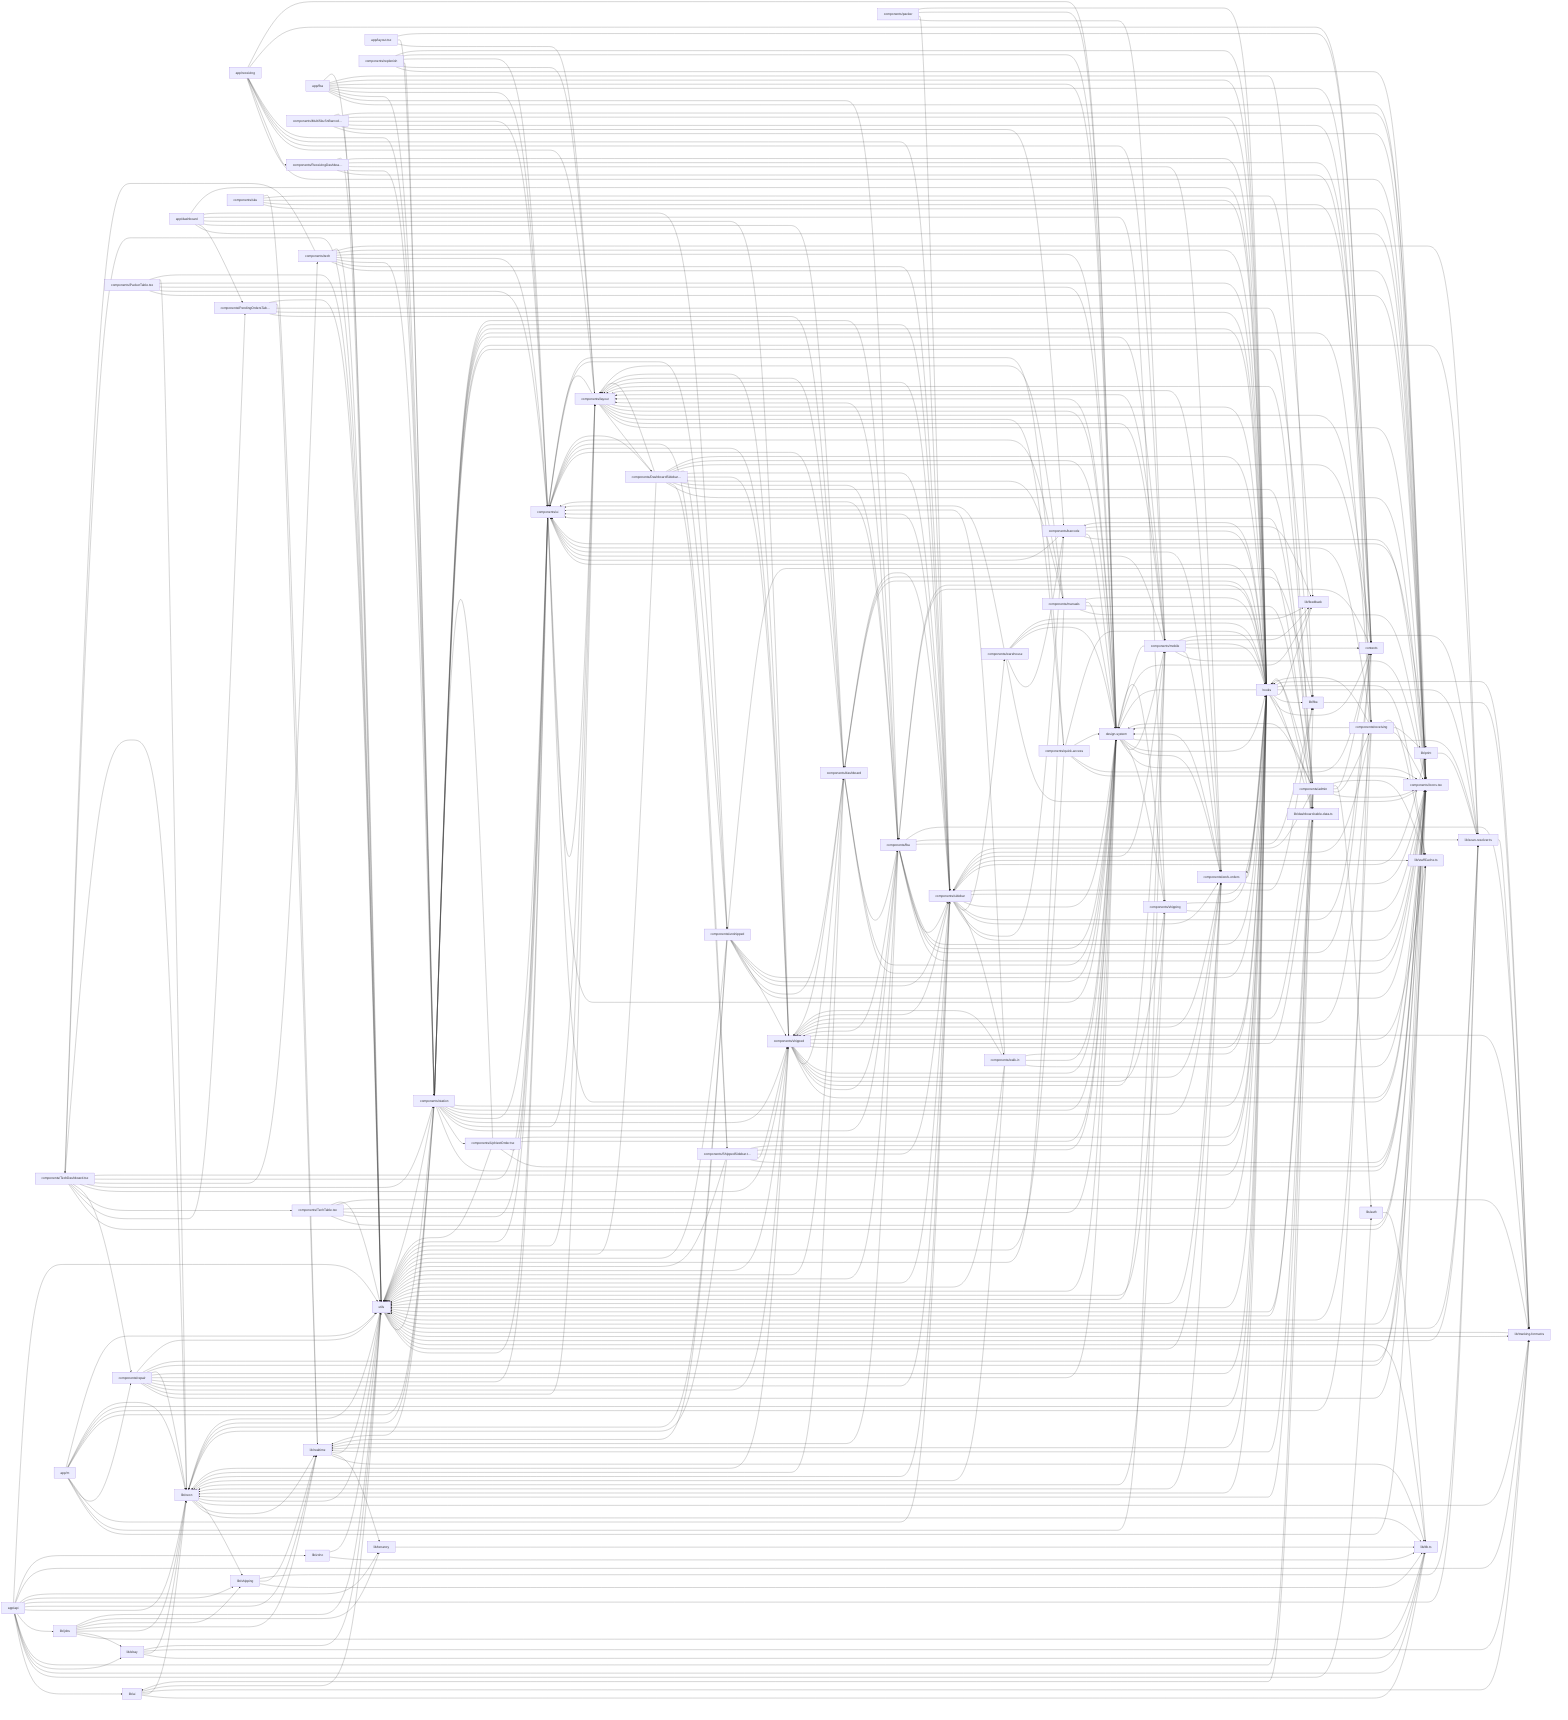
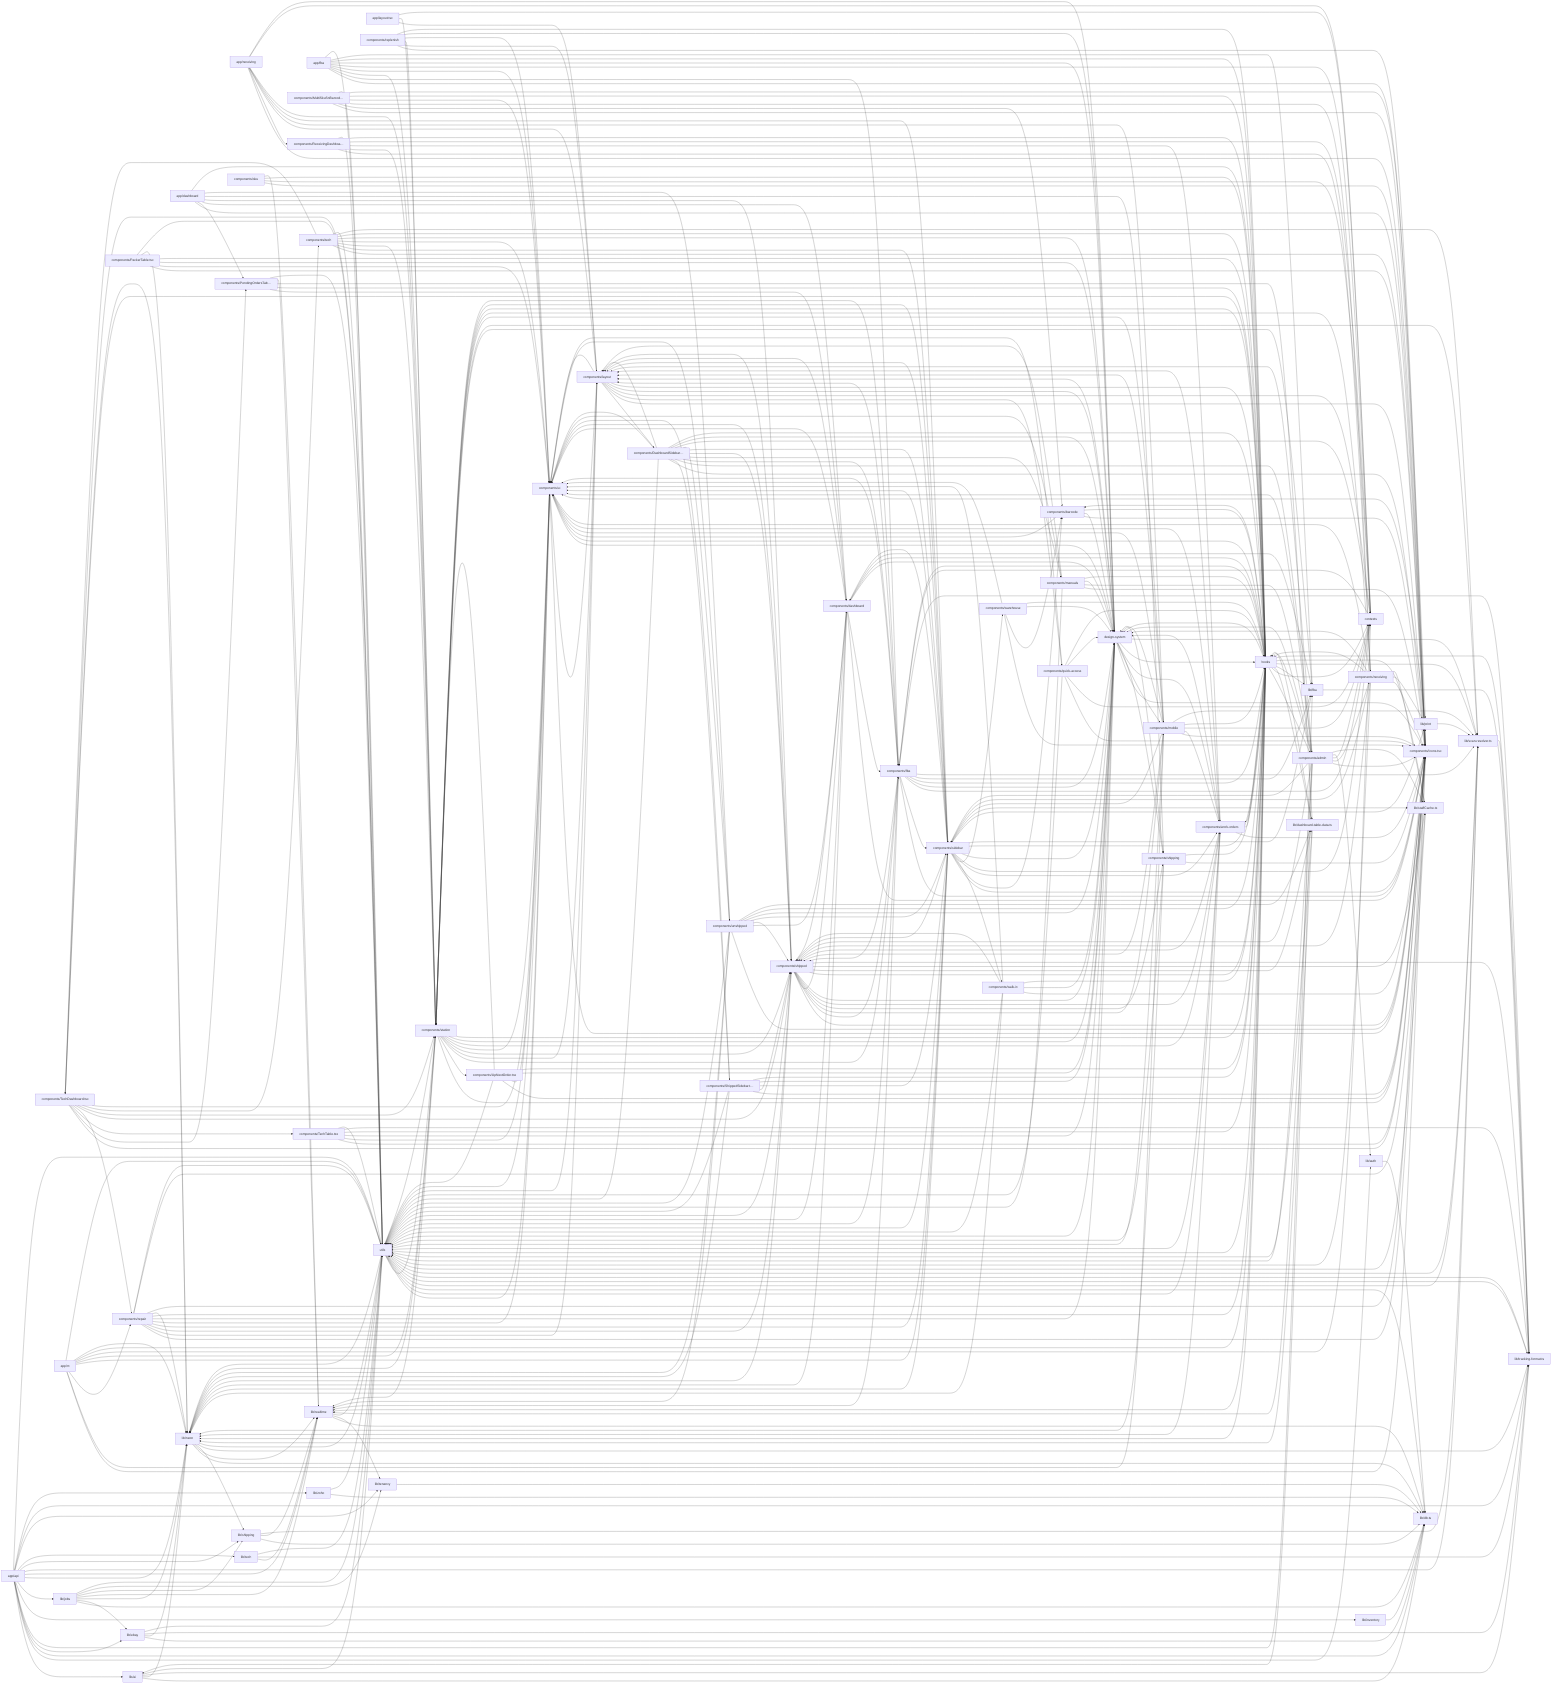
flowchart LR
  app_api["app/api"]
  click app_api "src/app/api/scan-tracking/route.ts" "Open src/app/api/scan-tracking/route.ts"
  hooks["hooks"]
  click hooks "src/hooks/useShippedTableData.ts" "Open src/hooks/useShippedTableData.ts"
  utils["utils"]
  click utils "src/utils/receiving-search-history.ts" "Open src/utils/receiving-search-history.ts"
  components_Icons_tsx["components/Icons.tsx"]
  click components_Icons_tsx "src/components/Icons.tsx" "Open src/components/Icons.tsx"
  design_system["design-system"]
  click design_system "src/design-system/index.ts" "Open src/design-system/index.ts"
  components_sidebar["components/sidebar"]
  click components_sidebar "src/components/sidebar/DeviceModeToggle.tsx" "Open src/components/sidebar/DeviceModeToggle.tsx"
  components_ui["components/ui"]
  click components_ui "src/components/ui/DeleteButton.tsx" "Open src/components/ui/DeleteButton.tsx"
  components_layout["components/layout"]
  click components_layout "src/components/layout/OfflineBanner.tsx" "Open src/components/layout/OfflineBanner.tsx"
  lib_db_ts["lib/db.ts"]
  click lib_db_ts "src/lib/db.ts" "Open src/lib/db.ts"
  components_shipped["components/shipped"]
  click components_shipped "src/components/shipped/DateGroupHeader.tsx" "Open src/components/shipped/DateGroupHeader.tsx"
  lib_neon["lib/neon"]
  click lib_neon "src/lib/neon/serial-units-queries.ts" "Open src/lib/neon/serial-units-queries.ts"
  components_station["components/station"]
  click components_station "src/components/station/BarcodeScanner.tsx" "Open src/components/station/BarcodeScanner.tsx"
  contexts["contexts"]
  click contexts "src/contexts/HeaderContext.tsx" "Open src/contexts/HeaderContext.tsx"
  components_admin["components/admin"]
  click components_admin "src/components/admin/AccessSidebarPanel.tsx" "Open src/components/admin/AccessSidebarPanel.tsx"
  components_fba["components/fba"]
  click components_fba "src/components/fba/FbaShippedTable.tsx" "Open src/components/fba/FbaShippedTable.tsx"
  components_work_orders["components/work-orders"]
  click components_work_orders "src/components/work-orders/WorkOrderInfoStrip.tsx" "Open src/components/work-orders/WorkOrderInfoStrip.tsx"
  components_mobile["components/mobile"]
  click components_mobile "src/components/mobile/ScanSurface.tsx" "Open src/components/mobile/ScanSurface.tsx"
  lib_realtime["lib/realtime"]
  click lib_realtime "src/lib/realtime/db-events.ts" "Open src/lib/realtime/db-events.ts"
  components_receiving["components/receiving"]
  click components_receiving "src/components/receiving/Mode2Unboxing.tsx" "Open src/components/receiving/Mode2Unboxing.tsx"
  components_DashboardSidebar_tsx["components/DashboardSidebar…"]
  click components_DashboardSidebar_tsx "src/components/DashboardSidebar.tsx" "Open src/components/DashboardSidebar.tsx"
  components_repair["components/repair"]
  click components_repair "src/components/repair/SignaturePad.tsx" "Open src/components/repair/SignaturePad.tsx"
  components_dashboard["components/dashboard"]
  click components_dashboard "src/components/dashboard/StockZohoOrdersTable.tsx" "Open src/components/dashboard/StockZohoOrdersTable.tsx"
  lib_scan_resolver_ts["lib/scan-resolver.ts"]
  click lib_scan_resolver_ts "src/lib/scan-resolver.ts" "Open src/lib/scan-resolver.ts"
  lib_tracking_format_ts["lib/tracking-format.ts"]
  click lib_tracking_format_ts "src/lib/tracking-format.ts" "Open src/lib/tracking-format.ts"
  components_TechDashboard_tsx["components/TechDashboard.tsx"]
  click components_TechDashboard_tsx "src/components/TechDashboard.tsx" "Open src/components/TechDashboard.tsx"
  components_unshipped["components/unshipped"]
  click components_unshipped "src/components/unshipped/UnshippedTable.tsx" "Open src/components/unshipped/UnshippedTable.tsx"
  lib_auth["lib/auth"]
  click lib_auth "src/lib/auth/permission-registry.ts" "Open src/lib/auth/permission-registry.ts"
  lib_jobs["lib/jobs"]
  click lib_jobs "src/lib/jobs/ebay-sync.ts" "Open src/lib/jobs/ebay-sync.ts"
  components_tech["components/tech"]
  click components_tech "src/components/tech/UpNextActionDock.tsx" "Open src/components/tech/UpNextActionDock.tsx"
  components_walk_in["components/walk-in"]
  click components_walk_in "src/components/walk-in/SalesDetailsPanel.tsx" "Open src/components/walk-in/SalesDetailsPanel.tsx"
  components_manuals["components/manuals"]
  click components_manuals "src/components/manuals/ManualsLibrarySidebar.tsx" "Open src/components/manuals/ManualsLibrarySidebar.tsx"
  lib_print["lib/print"]
  click lib_print "src/lib/print/printRepairLabel.ts" "Open src/lib/print/printRepairLabel.ts"
  app_fba["app/fba"]
  click app_fba "src/app/fba/page.tsx" "Open src/app/fba/page.tsx"
  app_m["app/m"]
  click app_m "src/app/m/enroll/[token]/page.tsx" "Open src/app/m/enroll/[token]/page.tsx"
  components_ShippedSidebar_tsx["components/ShippedSidebar.t…"]
  click components_ShippedSidebar_tsx "src/components/ShippedSidebar.tsx" "Open src/components/ShippedSidebar.tsx"
  components_quick_access["components/quick-access"]
  click components_quick_access "src/components/quick-access/RecentSection.tsx" "Open src/components/quick-access/RecentSection.tsx"
  components_warehouse["components/warehouse"]
  click components_warehouse "src/components/warehouse/FillBar.tsx" "Open src/components/warehouse/FillBar.tsx"
  components_barcode["components/barcode"]
  click components_barcode "src/components/barcode/SkuInput.tsx" "Open src/components/barcode/SkuInput.tsx"
  lib_tenancy["lib/tenancy"]
  click lib_tenancy "src/lib/tenancy/db.test.ts" "Open src/lib/tenancy/db.test.ts"
  lib_ai["lib/ai"]
  click lib_ai "src/lib/ai/date-range.test.ts" "Open src/lib/ai/date-range.test.ts"
  lib_fba["lib/fba"]
  click lib_fba "src/lib/fba/board-item.ts" "Open src/lib/fba/board-item.ts"
  app_receiving["app/receiving"]
  click app_receiving "src/app/receiving/page.tsx" "Open src/app/receiving/page.tsx"
  components_PendingOrdersTable_tsx["components/PendingOrdersTab…"]
  click components_PendingOrdersTable_tsx "src/components/PendingOrdersTable.tsx" "Open src/components/PendingOrdersTable.tsx"
  components_shipping["components/shipping"]
  click components_shipping "src/components/shipping/StaffButtonGrid.tsx" "Open src/components/shipping/StaffButtonGrid.tsx"
  lib_dashboard_table_data_ts["lib/dashboard-table-data.ts"]
  click lib_dashboard_table_data_ts "src/lib/dashboard-table-data.ts" "Open src/lib/dashboard-table-data.ts"
  lib_shipping["lib/shipping"]
  click lib_shipping "src/lib/shipping/repository.ts" "Open src/lib/shipping/repository.ts"
  app_layout_tsx["app/layout.tsx"]
  click app_layout_tsx "src/app/layout.tsx" "Open src/app/layout.tsx"
  app_dashboard["app/dashboard"]
  click app_dashboard "src/app/dashboard/page.tsx" "Open src/app/dashboard/page.tsx"
  components_MultiSkuSnBarcode_tsx["components/MultiSkuSnBarcod…"]
  click components_MultiSkuSnBarcode_tsx "src/components/MultiSkuSnBarcode.tsx" "Open src/components/MultiSkuSnBarcode.tsx"
  components_UpNextOrder_tsx["components/UpNextOrder.tsx"]
  click components_UpNextOrder_tsx "src/components/UpNextOrder.tsx" "Open src/components/UpNextOrder.tsx"
  components_TechTable_tsx["components/TechTable.tsx"]
  click components_TechTable_tsx "src/components/TechTable.tsx" "Open src/components/TechTable.tsx"
  components_PackerTable_tsx["components/PackerTable.tsx"]
  click components_PackerTable_tsx "src/components/PackerTable.tsx" "Open src/components/PackerTable.tsx"
  components_ReceivingDashboard_tsx["components/ReceivingDashboa…"]
  click components_ReceivingDashboard_tsx "src/components/ReceivingDashboard.tsx" "Open src/components/ReceivingDashboard.tsx"
  components_replenish["components/replenish"]
  click components_replenish "src/components/replenish/ReplenishmentReceivingTab.tsx" "Open src/components/replenish/ReplenishmentReceivingTab.tsx"
  components_sku["components/sku"]
  click components_sku "src/components/sku/BinRowDetailsSheet.tsx" "Open src/components/sku/BinRowDetailsSheet.tsx"
-   components_packer["components/packer"]
-   click components_packer "src/components/packer/PackerPageContent.tsx" "Open src/components/packer/PackerPageContent.tsx"
  lib_staffCache_ts["lib/staffCache.ts"]
  click lib_staffCache_ts "src/lib/staffCache.ts" "Open src/lib/staffCache.ts"
  lib_zoho["lib/zoho"]
  click lib_zoho "src/lib/zoho/mock.ts" "Open src/lib/zoho/mock.ts"
  lib_ebay["lib/ebay"]
  click lib_ebay "src/lib/ebay/token-refresh.ts" "Open src/lib/ebay/token-refresh.ts"
-   lib_feedback["lib/feedback"]
-   click lib_feedback "src/lib/feedback/confirm.ts" "Open src/lib/feedback/confirm.ts"
+   lib_inventory["lib/inventory"]
+   click lib_inventory "src/lib/inventory/internal-gtin.ts" "Open src/lib/inventory/internal-gtin.ts"
+   lib_tech["lib/tech"]
+   click lib_tech "src/lib/tech/resolveStaffIdFromTechParam.ts" "Open src/lib/tech/resolveStaffIdFromTechParam.ts"
  app_api --> lib_ai
  app_api --> lib_auth
  app_api --> lib_db_ts
  app_api --> lib_ebay
  app_api --> lib_fba
+   app_api --> lib_inventory
  app_api --> lib_jobs
  app_api --> lib_neon
  app_api --> lib_realtime
  app_api --> lib_scan_resolver_ts
  app_api --> lib_shipping
+   app_api --> lib_tech
  app_api --> lib_tenancy
  app_api --> lib_tracking_format_ts
  app_api --> lib_zoho
  app_api --> utils
  app_dashboard --> components_Icons_tsx
  app_dashboard --> components_PendingOrdersTable_tsx
  app_dashboard --> components_dashboard
  app_dashboard --> components_shipped
  app_dashboard --> components_shipping
  app_dashboard --> components_unshipped
  app_dashboard --> hooks
  app_fba --> components_Icons_tsx
  app_fba --> components_fba
  app_fba --> components_station
  app_fba --> components_ui
  app_fba --> contexts
  app_fba --> design_system
  app_fba --> hooks
  app_fba --> lib_fba
  app_fba --> utils
  app_layout_tsx --> components_layout
  app_layout_tsx --> components_station
  app_layout_tsx --> contexts
  app_m --> components_Icons_tsx
  app_m --> components_mobile
  app_m --> components_repair
  app_m --> components_sidebar
  app_m --> components_station
  app_m --> contexts
  app_m --> hooks
  app_m --> lib_neon
  app_m --> utils
  app_receiving --> components_Icons_tsx
  app_receiving --> components_ReceivingDashboard_tsx
  app_receiving --> components_layout
  app_receiving --> components_mobile
  app_receiving --> components_sidebar
  app_receiving --> components_station
  app_receiving --> contexts
  app_receiving --> design_system
  components_DashboardSidebar_tsx --> components_Icons_tsx
  components_DashboardSidebar_tsx --> components_ShippedSidebar_tsx
  components_DashboardSidebar_tsx --> components_admin
  components_DashboardSidebar_tsx --> components_fba
  components_DashboardSidebar_tsx --> components_layout
  components_DashboardSidebar_tsx --> components_manuals
  components_DashboardSidebar_tsx --> components_shipped
  components_DashboardSidebar_tsx --> components_sidebar
  components_DashboardSidebar_tsx --> components_ui
  components_DashboardSidebar_tsx --> components_unshipped
  components_DashboardSidebar_tsx --> contexts
  components_DashboardSidebar_tsx --> design_system
  components_DashboardSidebar_tsx --> hooks
  components_DashboardSidebar_tsx --> utils
  components_MultiSkuSnBarcode_tsx --> components_Icons_tsx
  components_MultiSkuSnBarcode_tsx --> components_barcode
  components_MultiSkuSnBarcode_tsx --> components_receiving
  components_MultiSkuSnBarcode_tsx --> components_ui
  components_MultiSkuSnBarcode_tsx --> hooks
  components_MultiSkuSnBarcode_tsx --> lib_print
  components_MultiSkuSnBarcode_tsx --> utils
  components_PackerTable_tsx --> components_Icons_tsx
  components_PackerTable_tsx --> components_ui
  components_PackerTable_tsx --> design_system
  components_PackerTable_tsx --> hooks
  components_PackerTable_tsx --> lib_neon
  components_PackerTable_tsx --> utils
  components_PendingOrdersTable_tsx --> components_dashboard
  components_PendingOrdersTable_tsx --> hooks
  components_PendingOrdersTable_tsx --> lib_dashboard_table_data_ts
  components_PendingOrdersTable_tsx --> lib_realtime
  components_PendingOrdersTable_tsx --> utils
  components_ReceivingDashboard_tsx --> components_receiving
  components_ReceivingDashboard_tsx --> components_station
  components_ReceivingDashboard_tsx --> components_work_orders
  components_ReceivingDashboard_tsx --> contexts
  components_ReceivingDashboard_tsx --> hooks
  components_ReceivingDashboard_tsx --> utils
  components_ShippedSidebar_tsx --> components_Icons_tsx
  components_ShippedSidebar_tsx --> components_shipped
  components_ShippedSidebar_tsx --> components_sidebar
  components_ShippedSidebar_tsx --> components_ui
  components_ShippedSidebar_tsx --> design_system
  components_ShippedSidebar_tsx --> hooks
  components_ShippedSidebar_tsx --> lib_neon
  components_ShippedSidebar_tsx --> utils
  components_TechDashboard_tsx --> components_Icons_tsx
  components_TechDashboard_tsx --> components_PendingOrdersTable_tsx
  components_TechDashboard_tsx --> components_TechTable_tsx
  components_TechDashboard_tsx --> components_repair
  components_TechDashboard_tsx --> components_shipped
  components_TechDashboard_tsx --> components_station
  components_TechDashboard_tsx --> components_tech
  components_TechDashboard_tsx --> components_ui
  components_TechDashboard_tsx --> hooks
  components_TechDashboard_tsx --> lib_neon
  components_TechDashboard_tsx --> utils
  components_TechTable_tsx --> components_Icons_tsx
  components_TechTable_tsx --> components_ui
  components_TechTable_tsx --> design_system
  components_TechTable_tsx --> hooks
  components_TechTable_tsx --> lib_tracking_format_ts
  components_TechTable_tsx --> utils
  components_UpNextOrder_tsx --> components_Icons_tsx
  components_UpNextOrder_tsx --> components_station
  components_UpNextOrder_tsx --> components_ui
  components_UpNextOrder_tsx --> design_system
  components_UpNextOrder_tsx --> hooks
  components_UpNextOrder_tsx --> utils
  components_admin --> components_Icons_tsx
  components_admin --> components_layout
  components_admin --> components_receiving
  components_admin --> components_shipped
  components_admin --> components_sidebar
  components_admin --> components_ui
  components_admin --> contexts
  components_admin --> design_system
  components_admin --> hooks
  components_admin --> lib_ai
  components_admin --> lib_auth
  components_admin --> lib_realtime
  components_admin --> lib_staffCache_ts
  components_admin --> utils
  components_barcode --> components_Icons_tsx
  components_barcode --> components_ui
  components_barcode --> design_system
  components_barcode --> hooks
-   components_barcode --> lib_feedback
  components_dashboard --> components_Icons_tsx
  components_dashboard --> components_fba
  components_dashboard --> components_layout
  components_dashboard --> components_shipped
  components_dashboard --> components_ui
  components_dashboard --> design_system
  components_dashboard --> hooks
  components_dashboard --> lib_fba
  components_dashboard --> lib_neon
  components_dashboard --> utils
  components_fba --> components_Icons_tsx
  components_fba --> components_layout
  components_fba --> components_shipped
  components_fba --> components_sidebar
  components_fba --> components_station
  components_fba --> components_ui
  components_fba --> contexts
  components_fba --> design_system
  components_fba --> hooks
  components_fba --> lib_fba
  components_fba --> lib_realtime
  components_fba --> lib_scan_resolver_ts
  components_fba --> lib_tracking_format_ts
  components_fba --> utils
  components_layout --> components_DashboardSidebar_tsx
  components_layout --> components_Icons_tsx
-   components_layout --> components_mobile
  components_layout --> components_quick_access
  components_layout --> components_ui
  components_layout --> contexts
  components_layout --> design_system
  components_layout --> hooks
  components_layout --> utils
  components_manuals --> components_Icons_tsx
  components_manuals --> components_admin
  components_manuals --> components_layout
  components_manuals --> components_ui
  components_manuals --> design_system
  components_manuals --> hooks
  components_manuals --> utils
  components_mobile --> components_Icons_tsx
  components_mobile --> components_layout
+   components_mobile --> components_shipped
  components_mobile --> components_sidebar
  components_mobile --> components_station
  components_mobile --> components_ui
  components_mobile --> components_work_orders
  components_mobile --> contexts
  components_mobile --> design_system
  components_mobile --> hooks
-   components_mobile --> lib_feedback
  components_mobile --> lib_scan_resolver_ts
  components_mobile --> utils
-   components_packer --> components_mobile
-   components_packer --> components_sidebar
-   components_packer --> design_system
-   components_packer --> hooks
  components_quick_access --> components_Icons_tsx
  components_quick_access --> components_ui
  components_quick_access --> contexts
  components_quick_access --> design_system
  components_quick_access --> hooks
  components_quick_access --> utils
  components_receiving --> components_Icons_tsx
  components_receiving --> components_shipped
  components_receiving --> components_sidebar
  components_receiving --> components_station
  components_receiving --> components_ui
  components_receiving --> design_system
  components_receiving --> hooks
  components_receiving --> lib_print
  components_receiving --> lib_staffCache_ts
  components_receiving --> utils
  components_repair --> components_Icons_tsx
  components_repair --> components_layout
  components_repair --> components_shipped
  components_repair --> components_sidebar
  components_repair --> components_ui
  components_repair --> design_system
  components_repair --> hooks
  components_repair --> lib_neon
  components_repair --> lib_print
  components_repair --> lib_staffCache_ts
  components_repair --> utils
  components_replenish --> components_Icons_tsx
  components_replenish --> components_layout
  components_replenish --> components_station
  components_replenish --> components_ui
  components_replenish --> design_system
  components_replenish --> hooks
  components_shipped --> components_Icons_tsx
  components_shipped --> components_dashboard
  components_shipped --> components_fba
  components_shipped --> components_layout
  components_shipped --> components_mobile
  components_shipped --> components_shipping
  components_shipped --> components_ui
  components_shipped --> components_work_orders
  components_shipped --> design_system
  components_shipped --> hooks
  components_shipped --> lib_dashboard_table_data_ts
  components_shipped --> lib_neon
  components_shipped --> lib_staffCache_ts
  components_shipped --> lib_tracking_format_ts
  components_shipped --> utils
  components_shipping --> components_Icons_tsx
  components_shipping --> design_system
  components_shipping --> hooks
  components_shipping --> lib_neon
  components_shipping --> utils
  components_sidebar --> components_Icons_tsx
  components_sidebar --> components_barcode
  components_sidebar --> components_dashboard
  components_sidebar --> components_layout
  components_sidebar --> components_shipped
  components_sidebar --> components_station
  components_sidebar --> components_ui
  components_sidebar --> components_walk_in
  components_sidebar --> components_warehouse
  components_sidebar --> components_work_orders
  components_sidebar --> contexts
  components_sidebar --> design_system
  components_sidebar --> hooks
  components_sidebar --> lib_fba
  components_sidebar --> lib_neon
  components_sidebar --> lib_print
  components_sidebar --> lib_staffCache_ts
  components_sidebar --> utils
  components_sku --> components_Icons_tsx
  components_sku --> contexts
  components_sku --> hooks
-   components_sku --> lib_feedback
  components_sku --> lib_realtime
  components_station --> components_Icons_tsx
  components_station --> components_UpNextOrder_tsx
  components_station --> components_fba
  components_station --> components_layout
  components_station --> components_shipped
  components_station --> components_ui
  components_station --> components_work_orders
  components_station --> design_system
  components_station --> hooks
  components_station --> lib_fba
  components_station --> lib_neon
  components_station --> lib_realtime
  components_station --> lib_scan_resolver_ts
  components_station --> utils
  components_tech --> components_Icons_tsx
  components_tech --> components_TechDashboard_tsx
  components_tech --> components_sidebar
  components_tech --> components_station
  components_tech --> components_ui
  components_tech --> design_system
  components_tech --> hooks
  components_tech --> lib_scan_resolver_ts
  components_tech --> utils
  components_ui --> components_Icons_tsx
  components_ui --> components_layout
  components_ui --> design_system
  components_ui --> hooks
  components_ui --> utils
  components_unshipped --> components_Icons_tsx
  components_unshipped --> components_dashboard
  components_unshipped --> components_shipped
  components_unshipped --> components_sidebar
  components_unshipped --> components_ui
  components_unshipped --> design_system
  components_unshipped --> hooks
  components_unshipped --> lib_dashboard_table_data_ts
  components_unshipped --> lib_neon
  components_unshipped --> lib_realtime
  components_unshipped --> utils
  components_walk_in --> components_Icons_tsx
  components_walk_in --> components_shipped
  components_walk_in --> components_ui
  components_walk_in --> design_system
  components_walk_in --> hooks
  components_walk_in --> lib_neon
  components_walk_in --> utils
  components_warehouse --> components_Icons_tsx
  components_warehouse --> components_barcode
  components_warehouse --> components_ui
  components_warehouse --> design_system
  components_warehouse --> hooks
-   components_warehouse --> lib_feedback
  components_work_orders --> components_Icons_tsx
  components_work_orders --> components_layout
  components_work_orders --> components_shipped
  components_work_orders --> components_ui
  components_work_orders --> design_system
  components_work_orders --> hooks
  components_work_orders --> lib_neon
  components_work_orders --> utils
  contexts --> components_fba
  design_system --> components_Icons_tsx
  design_system --> components_layout
  design_system --> components_mobile
  design_system --> components_shipping
  design_system --> components_work_orders
  design_system --> hooks
  design_system --> lib_scan_resolver_ts
  design_system --> utils
  hooks --> components_admin
  hooks --> components_barcode
  hooks --> components_fba
  hooks --> components_station
  hooks --> components_work_orders
  hooks --> contexts
  hooks --> design_system
  hooks --> lib_dashboard_table_data_ts
  hooks --> lib_fba
-   hooks --> lib_feedback
  hooks --> lib_neon
  hooks --> lib_realtime
  hooks --> lib_scan_resolver_ts
  hooks --> lib_staffCache_ts
  hooks --> lib_tracking_format_ts
  hooks --> utils
  lib_ai --> lib_db_ts
  lib_ai --> lib_neon
  lib_ai --> lib_tracking_format_ts
  lib_ai --> utils
  lib_auth --> lib_db_ts
  lib_dashboard_table_data_ts --> hooks
  lib_dashboard_table_data_ts --> lib_neon
  lib_dashboard_table_data_ts --> utils
  lib_ebay --> lib_db_ts
  lib_ebay --> lib_neon
  lib_ebay --> lib_tracking_format_ts
  lib_ebay --> utils
  lib_fba --> lib_tracking_format_ts
-   lib_feedback --> design_system
+   lib_inventory --> lib_db_ts
  lib_jobs --> lib_db_ts
  lib_jobs --> lib_ebay
  lib_jobs --> lib_neon
  lib_jobs --> lib_realtime
  lib_jobs --> lib_shipping
  lib_jobs --> lib_tenancy
  lib_jobs --> utils
  lib_neon --> lib_db_ts
  lib_neon --> lib_realtime
  lib_neon --> lib_shipping
  lib_neon --> lib_tracking_format_ts
  lib_neon --> utils
  lib_print --> components_ui
  lib_print --> lib_scan_resolver_ts
  lib_realtime --> lib_db_ts
  lib_realtime --> lib_tenancy
  lib_realtime --> utils
  lib_scan_resolver_ts --> lib_tracking_format_ts
  lib_scan_resolver_ts --> utils
  lib_shipping --> lib_db_ts
  lib_shipping --> lib_realtime
  lib_shipping --> lib_scan_resolver_ts
  lib_staffCache_ts --> utils
+   lib_tech --> lib_realtime
+   lib_tech --> lib_tracking_format_ts
+   lib_tech --> utils
  lib_tenancy --> lib_db_ts
  lib_tracking_format_ts --> utils
  lib_zoho --> lib_db_ts
  lib_zoho --> utils
  utils --> components_station
  utils --> components_ui
  utils --> components_work_orders
  utils --> lib_db_ts
  utils --> lib_neon
  utils --> lib_scan_resolver_ts
  utils --> lib_tracking_format_ts
  %% truncated: 153 more groups not shown